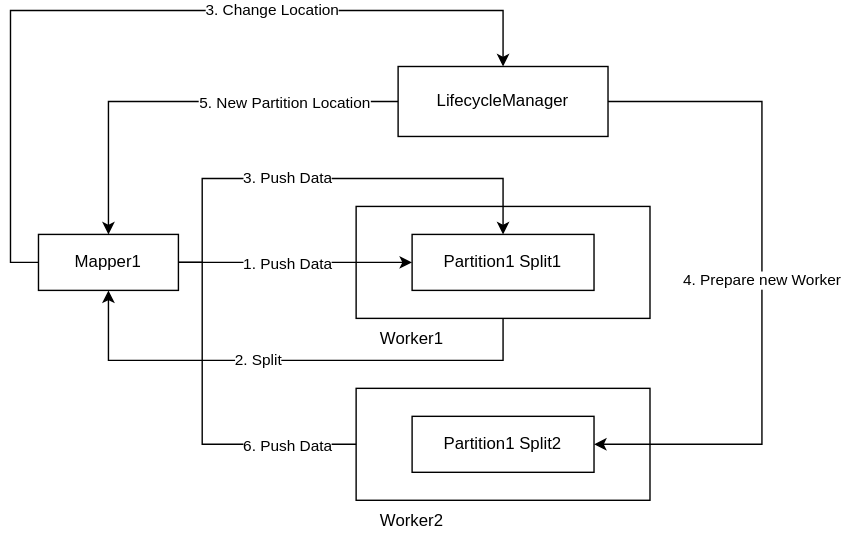
apache/celeborn keeps this draw.io diagram as docs/assets/img/softsplit.svg. Above is the earlier version. Source tidied: cells renumbered, new cells last; positions are measured from the earlier drawing's top-left corner, leaving out a move shared by most shapes. Its diagram source:
```xml
<mxGraphModel>
  <root>
    <mxCell id="0" />
    <mxCell id="1" parent="0" />
    <mxCell id="2" style="rounded=0;whiteSpace=wrap;html=1;" parent="1" vertex="1">
      <mxGeometry x="247" y="140" width="210" height="80" as="geometry" />
    </mxCell>
    <mxCell id="3" style="edgeStyle=orthogonalEdgeStyle;rounded=0;jettySize=auto;html=1;entryX=0;entryY=0.5;entryDx=0;entryDy=0;" parent="1" edge="1" source="10" target="12">
      <mxGeometry relative="1" as="geometry" />
    </mxCell>
    <mxCell id="4" value="1. Push Data" style="edgeLabel;html=1;align=center;verticalAlign=middle;" parent="3" vertex="1">
      <mxGeometry x="-0.17" y="4" relative="1" as="geometry">
        <mxPoint x="8" y="4" as="offset" />
      </mxGeometry>
    </mxCell>
    <mxCell id="5" style="edgeStyle=orthogonalEdgeStyle;rounded=0;jettySize=auto;html=1;exitX=1;exitY=0.5;exitDx=0;exitDy=0;entryX=0.5;entryY=0;entryDx=0;entryDy=0;" parent="1" edge="1" source="10" target="12">
      <mxGeometry relative="1" as="geometry">
        <Array as="points">
          <mxPoint x="137" y="180" />
          <mxPoint x="137" y="120" />
          <mxPoint x="352" y="120" />
        </Array>
      </mxGeometry>
    </mxCell>
    <mxCell id="6" value="3. Push Data" style="edgeLabel;html=1;align=center;verticalAlign=middle;" parent="5" vertex="1">
      <mxGeometry x="0.33" y="1" relative="1" as="geometry">
        <mxPoint x="-84" as="offset" />
      </mxGeometry>
    </mxCell>
    <mxCell id="7" style="edgeStyle=orthogonalEdgeStyle;rounded=0;jettySize=auto;html=1;entryX=0;entryY=0.5;entryDx=0;entryDy=0;" parent="1" edge="1" source="10" target="15">
      <mxGeometry relative="1" as="geometry">
        <Array as="points">
          <mxPoint x="137" y="180" />
          <mxPoint x="137" y="310" />
        </Array>
      </mxGeometry>
    </mxCell>
    <mxCell id="8" value="6. Push Data" style="edgeLabel;html=1;align=center;verticalAlign=middle;" parent="7" vertex="1">
      <mxGeometry x="0.24" y="1" relative="1" as="geometry">
        <mxPoint x="23" y="1" as="offset" />
      </mxGeometry>
    </mxCell>
    <mxCell id="9" value="3. Change Location" style="edgeStyle=orthogonalEdgeStyle;rounded=0;jettySize=auto;html=1;entryX=0.5;entryY=0;entryDx=0;entryDy=0;exitX=0;exitY=0.5;exitDx=0;exitDy=0;" parent="1" edge="1" source="10" target="20">
      <mxGeometry x="0.31" relative="1" as="geometry">
        <Array as="points">
          <mxPoint y="180" />
          <mxPoint />
          <mxPoint x="352" />
        </Array>
      </mxGeometry>
    </mxCell>
    <mxCell id="10" value="Mapper1" style="rounded=0;whiteSpace=wrap;html=1;" parent="1" vertex="1">
      <mxGeometry x="20" y="160" width="100" height="40" as="geometry" />
    </mxCell>
    <mxCell id="11" value="2. Split" style="edgeStyle=orthogonalEdgeStyle;rounded=0;jettySize=auto;html=1;entryX=0.5;entryY=1;entryDx=0;entryDy=0;exitX=0.5;exitY=1;exitDx=0;exitDy=0;" parent="1" edge="1" source="2" target="10">
      <mxGeometry x="0.13" relative="1" as="geometry">
        <Array as="points">
          <mxPoint x="352" y="250" />
          <mxPoint x="70" y="250" />
        </Array>
      </mxGeometry>
    </mxCell>
    <mxCell id="12" value="Partition1 Split1" style="rounded=0;whiteSpace=wrap;html=1;" parent="1" vertex="1">
      <mxGeometry x="287" y="160" width="130" height="40" as="geometry" />
    </mxCell>
    <mxCell id="13" value="Worker1" style="text;html=1;strokeColor=none;fillColor=none;align=center;verticalAlign=middle;whiteSpace=wrap;rounded=0;" parent="1" vertex="1">
      <mxGeometry x="257" y="220" width="60" height="30" as="geometry" />
    </mxCell>
    <mxCell id="14" style="rounded=0;whiteSpace=wrap;html=1;" parent="1" vertex="1">
      <mxGeometry x="247" y="270" width="210" height="80" as="geometry" />
    </mxCell>
    <mxCell id="15" value="Partition1 Split2" style="rounded=0;whiteSpace=wrap;html=1;" parent="1" vertex="1">
      <mxGeometry x="287" y="290" width="130" height="40" as="geometry" />
    </mxCell>
    <mxCell id="16" value="Worker2" style="text;html=1;strokeColor=none;fillColor=none;align=center;verticalAlign=middle;whiteSpace=wrap;rounded=0;" parent="1" vertex="1">
      <mxGeometry x="257" y="350" width="60" height="30" as="geometry" />
    </mxCell>
    <mxCell id="17" value="4. Prepare new Worker" style="edgeStyle=orthogonalEdgeStyle;rounded=0;jettySize=auto;html=1;exitX=1;exitY=0.5;exitDx=0;exitDy=0;entryX=1;entryY=0.5;entryDx=0;entryDy=0;" parent="1" edge="1" source="20" target="15">
      <mxGeometry relative="1" as="geometry">
        <Array as="points">
          <mxPoint x="537" y="65" />
          <mxPoint x="537" y="310" />
        </Array>
      </mxGeometry>
    </mxCell>
    <mxCell id="18" style="edgeStyle=orthogonalEdgeStyle;rounded=0;jettySize=auto;html=1;exitX=0;exitY=0.5;exitDx=0;exitDy=0;entryX=0.5;entryY=0;entryDx=0;entryDy=0;" parent="1" edge="1" source="20" target="10">
      <mxGeometry relative="1" as="geometry" />
    </mxCell>
    <mxCell id="19" value="5. New Partition Location" style="edgeLabel;html=1;align=center;verticalAlign=middle;" parent="18" vertex="1">
      <mxGeometry x="-0.32" relative="1" as="geometry">
        <mxPoint x="21" as="offset" />
      </mxGeometry>
    </mxCell>
    <mxCell id="20" value="LifecycleManager" style="rounded=0;whiteSpace=wrap;html=1;" parent="1" vertex="1">
      <mxGeometry x="277" y="40" width="150" height="50" as="geometry" />
    </mxCell>
  </root>
</mxGraphModel>
```
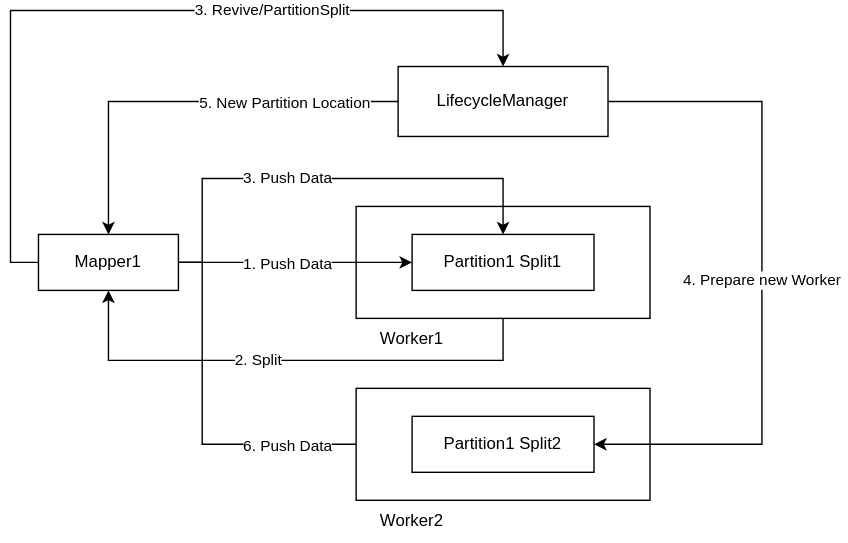
The same diagram one commit later.

Change to the diagram source:
```diff
@@ -40,7 +40,7 @@
         <mxPoint x="23" y="1" as="offset" />
       </mxGeometry>
     </mxCell>
-    <mxCell id="9" value="3. Change Location" style="edgeStyle=orthogonalEdgeStyle;rounded=0;jettySize=auto;html=1;entryX=0.5;entryY=0;entryDx=0;entryDy=0;exitX=0;exitY=0.5;exitDx=0;exitDy=0;" parent="1" edge="1" source="10" target="20">
+    <mxCell id="9" value="3. Revive/PartitionSplit" style="edgeStyle=orthogonalEdgeStyle;rounded=0;jettySize=auto;html=1;entryX=0.5;entryY=0;entryDx=0;entryDy=0;exitX=0;exitY=0.5;exitDx=0;exitDy=0;" parent="1" edge="1" source="10" target="20">
       <mxGeometry x="0.31" relative="1" as="geometry">
         <Array as="points">
           <mxPoint y="180" />
```
